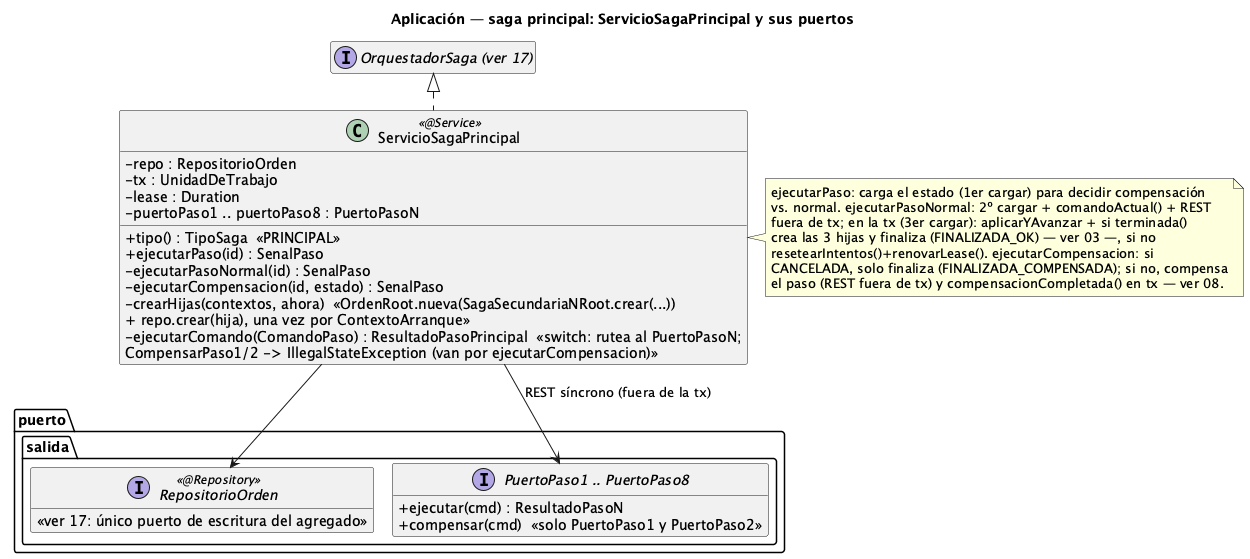
The PlantUML diagram order-manager/docs/18-clases-aplicacion-saga-principal.png in ralcazar/patrones, before a commit.
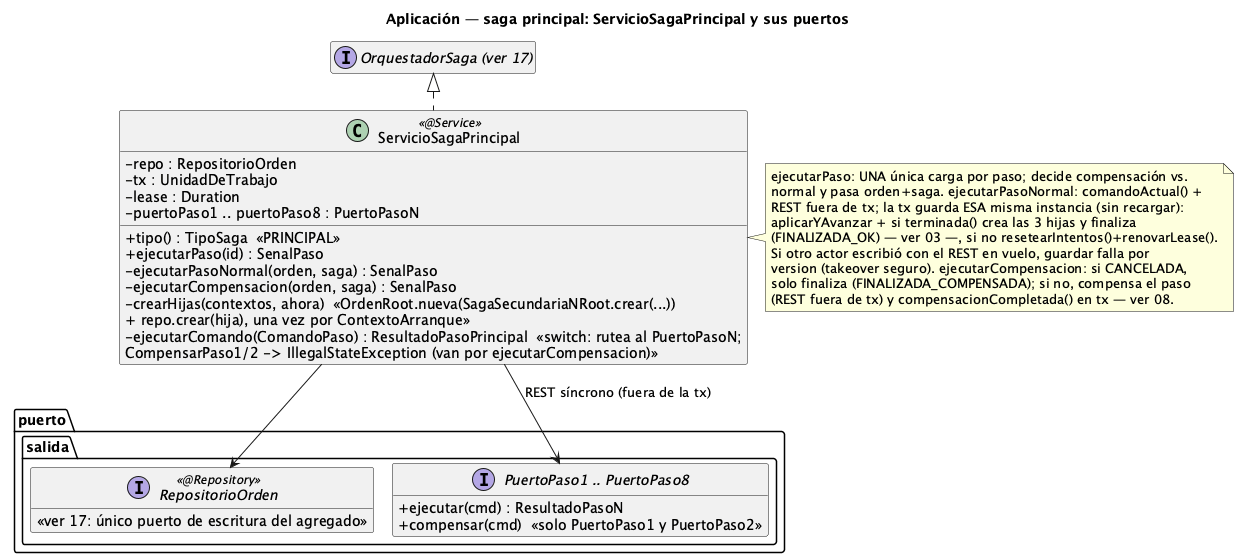
The same diagram one commit later.

The edit, as a diff of the source:
```diff
@@ -13,19 +13,21 @@
   -puertoPaso1 .. puertoPaso8 : PuertoPasoN
   +tipo() : TipoSaga  «PRINCIPAL»
   +ejecutarPaso(id) : SenalPaso
-  -ejecutarPasoNormal(id) : SenalPaso
-  -ejecutarCompensacion(id, estado) : SenalPaso
+  -ejecutarPasoNormal(orden, saga) : SenalPaso
+  -ejecutarCompensacion(orden, saga) : SenalPaso
   -crearHijas(contextos, ahora)  «OrdenRoot.nueva(SagaSecundariaNRoot.crear(...))\n+ repo.crear(hija), una vez por ContextoArranque»
   -ejecutarComando(ComandoPaso) : ResultadoPasoPrincipal  «switch: rutea al PuertoPasoN;\nCompensarPaso1/2 -> IllegalStateException (van por ejecutarCompensacion)»
 }
 note right of ServicioSagaPrincipal
-  ejecutarPaso: carga el estado (1er cargar) para decidir compensación
-  vs. normal. ejecutarPasoNormal: 2º cargar + comandoActual() + REST
-  fuera de tx; en la tx (3er cargar): aplicarYAvanzar + si terminada()
-  crea las 3 hijas y finaliza (FINALIZADA_OK) — ver 03 —, si no
-  resetearIntentos()+renovarLease(). ejecutarCompensacion: si
-  CANCELADA, solo finaliza (FINALIZADA_COMPENSADA); si no, compensa
-  el paso (REST fuera de tx) y compensacionCompletada() en tx — ver 08.
+  ejecutarPaso: UNA única carga por paso; decide compensación vs.
+  normal y pasa orden+saga. ejecutarPasoNormal: comandoActual() +
+  REST fuera de tx; la tx guarda ESA misma instancia (sin recargar):
+  aplicarYAvanzar + si terminada() crea las 3 hijas y finaliza
+  (FINALIZADA_OK) — ver 03 —, si no resetearIntentos()+renovarLease().
+  Si otro actor escribió con el REST en vuelo, guardar falla por
+  version (takeover seguro). ejecutarCompensacion: si CANCELADA,
+  solo finaliza (FINALIZADA_COMPENSADA); si no, compensa el paso
+  (REST fuera de tx) y compensacionCompletada() en tx — ver 08.
 end note
 
 package "puerto.salida" {
```
